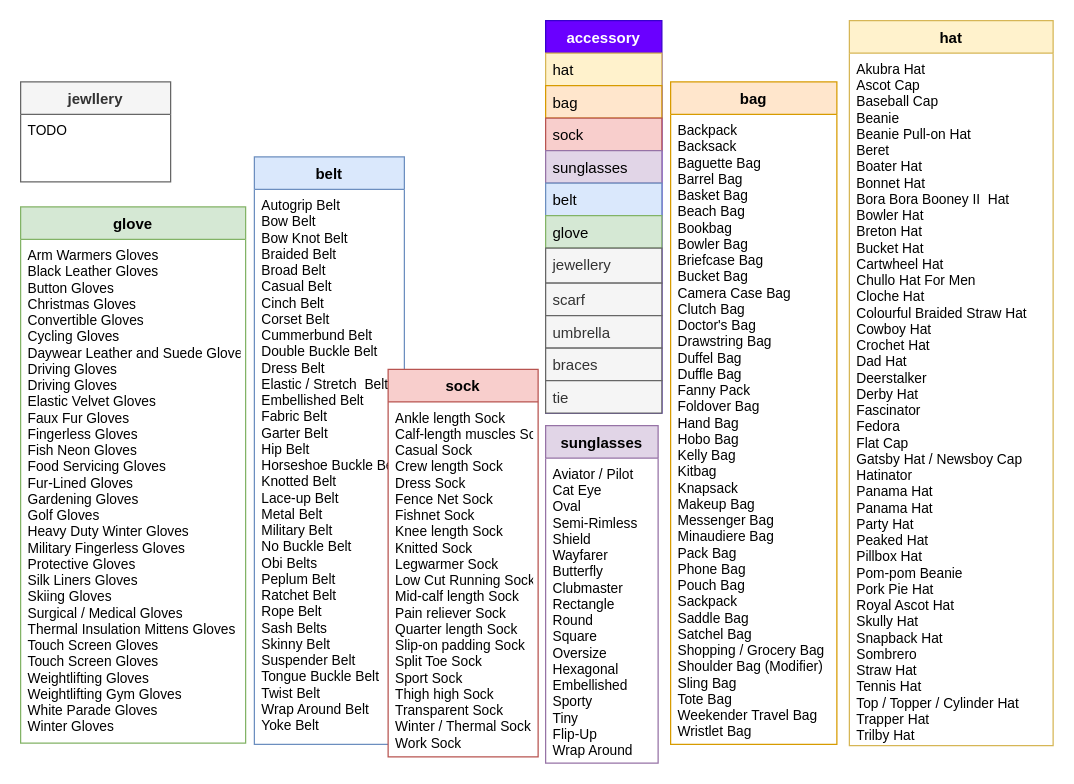
Earlier version of the draw.io diagram accessory_class.drawio (morawi/ddoif). Source tidied: cells renumbered, new cells numbered last; positions are measured from the earlier drawing's top-left corner, leaving out a move shared by most shapes. Both pictures are drawn from the tidied source at 125%, with x=0, y=0 at pixel (20, 20).
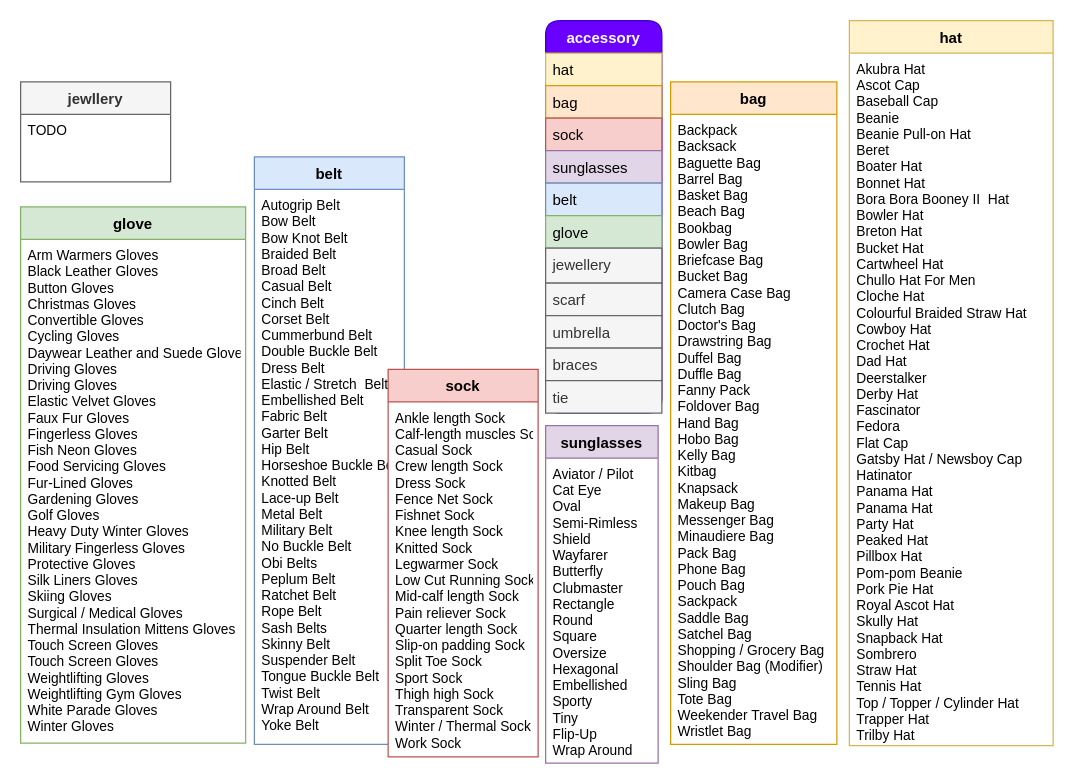
The same page after the edit.

What changed in the source:
```diff
@@
-    <mxCell id="12" value="accessory" style="swimlane;fontStyle=1;align=center;verticalAlign=top;horizontal=1;startSize=26;rounded=0;shadow=0;strokeWidth=1;fillColor=#6a00ff;strokeColor=#3700CC;fontColor=#ffffff;" parent="1" vertex="1">
+    <mxCell id="12" value="accessory" style="swimlane;fontStyle=1;align=center;verticalAlign=top;horizontal=1;startSize=26;rounded=1;shadow=0;strokeWidth=1;fillColor=#6a00ff;strokeColor=#3700CC;fontColor=#ffffff;" parent="1" vertex="1">
       <mxGeometry x="420" width="93" height="314" as="geometry" />
     </mxCell>
```
